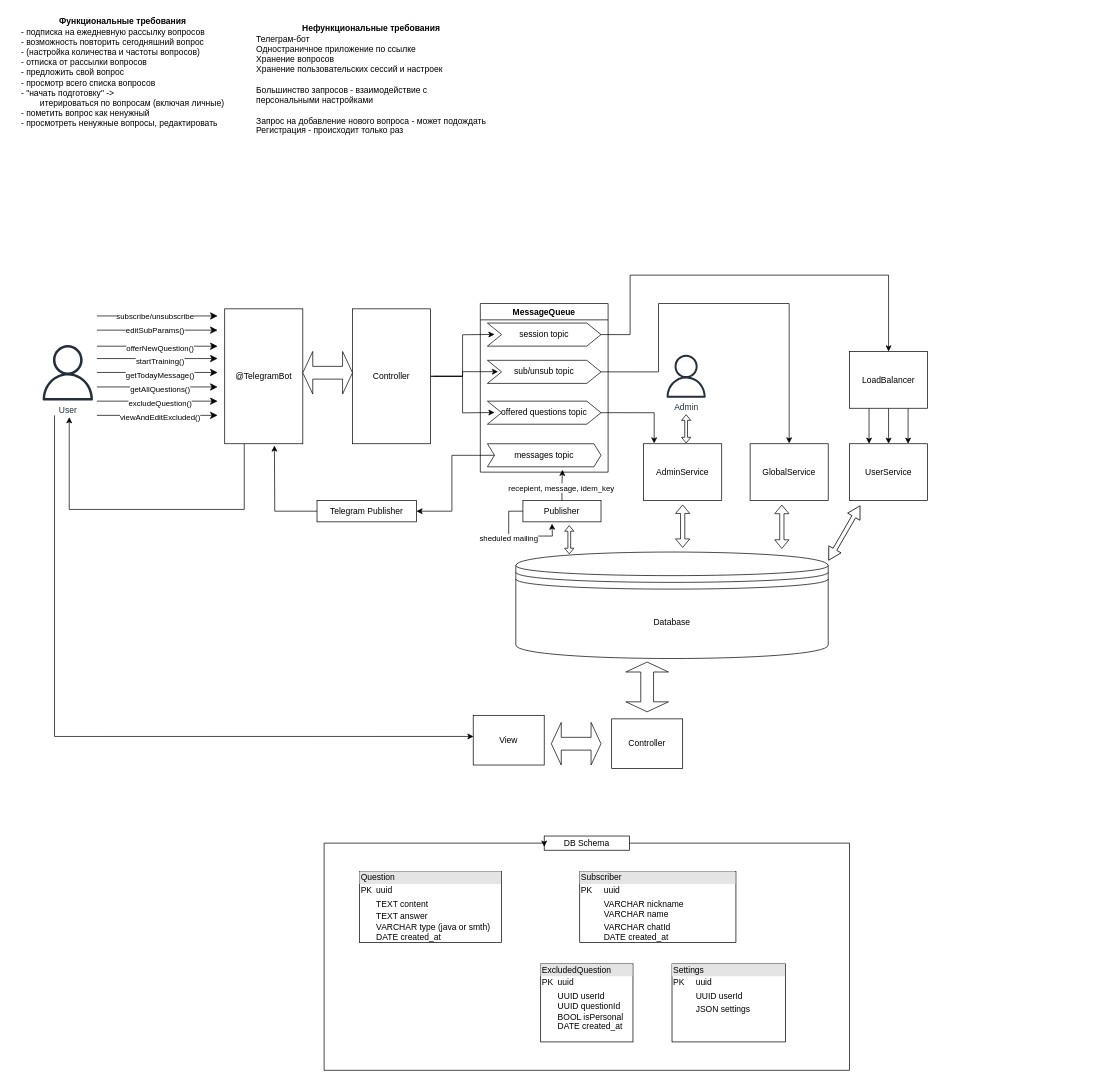
Earlier version of the draw.io diagram SobesCracker.drawio (maksarts/test-project-files). Source tidied: cells renumbered, new cells numbered last; positions are measured from the earlier drawing's top-left corner, leaving out a move shared by most shapes. Both pictures are drawn from the tidied source at 71%, with x=0, y=0 at pixel (12, 12).
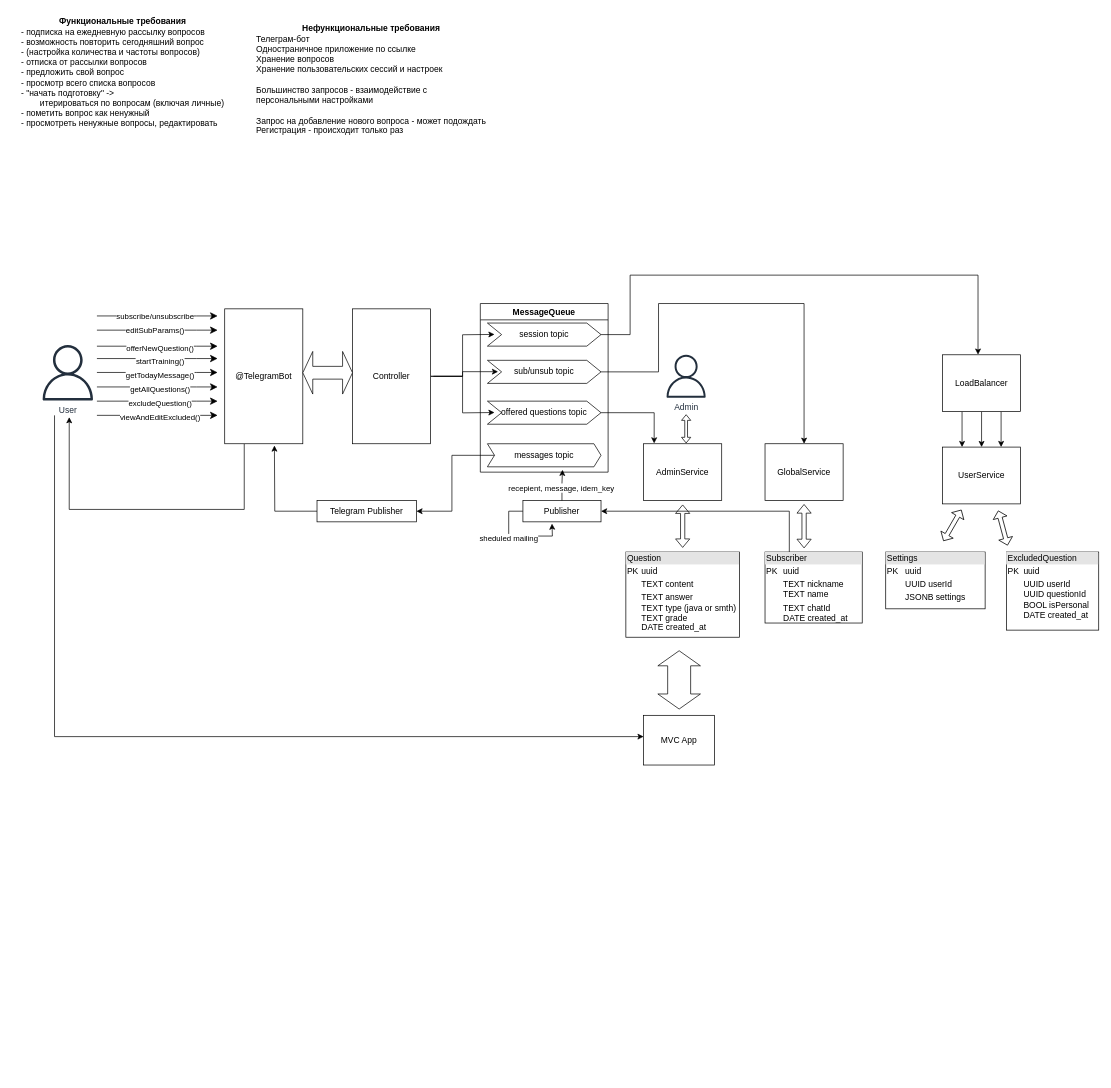
Above is the later version.

The change refers to these unchanged cells:
```xml
<mxCell id="26" value="session topic" style="shape=step;perimeter=stepPerimeter;whiteSpace=wrap;html=1;fixedSize=1;" parent="25" vertex="1">
  <mxGeometry x="10" y="27.5" width="160" height="32.5" as="geometry" />
</mxCell>
<mxCell id="27" value="sub/unsub topic" style="shape=step;perimeter=stepPerimeter;whiteSpace=wrap;html=1;fixedSize=1;" parent="25" vertex="1">
  <mxGeometry x="10" y="80" width="160" height="32.5" as="geometry" />
</mxCell>
<mxCell id="45" value="Publisher" style="html=1;whiteSpace=wrap;" parent="1" vertex="1">
  <mxGeometry x="719" y="687.5" width="110" height="30" as="geometry" />
</mxCell>
```

The edit, as a diff of the source:
```diff
@@
-    <mxCell id="2" value="Database" style="shape=datastore;whiteSpace=wrap;html=1;" parent="1" vertex="1">
-      <mxGeometry x="709" y="760" width="440" height="150" as="geometry" />
-    </mxCell>
@@
-    <mxCell id="5" style="edgeStyle=orthogonalEdgeStyle;rounded=0;jettySize=auto;html=1;entryX=0.004;entryY=0.425;entryDx=0;entryDy=0;entryPerimeter=0;" parent="1" edge="1" target="39">
+    <mxCell id="5" style="edgeStyle=orthogonalEdgeStyle;rounded=0;jettySize=auto;html=1;" parent="1" edge="1" target="39">
       <mxGeometry relative="1" as="geometry">
         <mxPoint x="59.3" y="567.5" as="sourcePoint" />
         <Array as="points">
           <mxPoint x="59" y="1020" />
         </Array>
       </mxGeometry>
     </mxCell>
@@
     <mxCell id="30" value="GlobalService" style="html=1;whiteSpace=wrap;" parent="1" vertex="1">
-      <mxGeometry x="1039" y="607.5" width="110" height="80" as="geometry" />
+      <mxGeometry x="1060" y="607.5" width="110" height="80" as="geometry" />
     </mxCell>
-    <mxCell id="31" style="edgeStyle=orthogonalEdgeStyle;rounded=0;jettySize=auto;html=1;exitX=1;exitY=0.5;exitDx=0;exitDy=0;" parent="1" edge="1" source="27">
+    <mxCell id="31" style="edgeStyle=orthogonalEdgeStyle;rounded=0;jettySize=auto;html=1;exitX=1;exitY=0.5;exitDx=0;exitDy=0;entryX=0.5;entryY=0;entryDx=0;entryDy=0;" parent="1" edge="1" source="27" target="30">
       <mxGeometry relative="1" as="geometry">
-        <mxPoint x="1094" y="607" as="targetPoint" />
         <Array as="points">
-          <mxPoint x="910" y="507" />
+          <mxPoint x="910" y="506" />
           <mxPoint x="910" y="410" />
-          <mxPoint x="1094" y="410" />
-          <mxPoint x="1094" y="607" />
+          <mxPoint x="1115" y="410" />
         </Array>
       </mxGeometry>
     </mxCell>
@@
     <mxCell id="36" value="LoadBalancer" style="html=1;whiteSpace=wrap;" parent="1" vertex="1">
-      <mxGeometry x="1179" y="477.5" width="110" height="80" as="geometry" />
+      <mxGeometry x="1310" y="482.2" width="110" height="80" as="geometry" />
     </mxCell>
-    <mxCell id="37" style="edgeStyle=orthogonalEdgeStyle;rounded=0;jettySize=auto;html=1;exitX=1;exitY=0.5;exitDx=0;exitDy=0;entryX=0.5;entryY=0;entryDx=0;entryDy=0;" parent="1" edge="1" source="26" target="36">
+    <mxCell id="37" style="edgeStyle=orthogonalEdgeStyle;rounded=0;jettySize=auto;html=1;exitX=1;exitY=0.5;exitDx=0;exitDy=0;" parent="1" edge="1" source="26">
       <mxGeometry relative="1" as="geometry">
+        <mxPoint x="1360" y="482" as="targetPoint" />
         <Array as="points">
           <mxPoint x="870" y="454" />
           <mxPoint x="870" y="370" />
-          <mxPoint x="1234" y="370" />
+          <mxPoint x="1360" y="370" />
+          <mxPoint x="1360" y="482" />
         </Array>
       </mxGeometry>
     </mxCell>
     <mxCell id="38" value="UserService" style="html=1;whiteSpace=wrap;" parent="1" vertex="1">
-      <mxGeometry x="1179" y="607.5" width="110" height="80" as="geometry" />
+      <mxGeometry x="1310" y="612.2" width="110" height="80" as="geometry" />
     </mxCell>
-    <mxCell id="39" value="View" style="html=1;whiteSpace=wrap;" parent="1" vertex="1">
-      <mxGeometry x="649" y="990" width="100" height="70" as="geometry" />
+    <mxCell id="39" value="MVC App" style="html=1;whiteSpace=wrap;" parent="1" vertex="1">
+      <mxGeometry x="889" y="990" width="100" height="70" as="geometry" />
     </mxCell>
-    <mxCell id="40" style="shape=doubleArrow;whiteSpace=wrap;html=1;rotation=90;" parent="1" vertex="1">
-      <mxGeometry x="859" y="920" width="70" height="60" as="geometry" />
+    <mxCell id="40" style="shape=doubleArrow;whiteSpace=wrap;html=1;rotation=90;arrowWidth=0.5391343826593205;arrowSize=0.2583317068478932;" parent="1" vertex="1">
+      <mxGeometry x="898" y="910.1" width="82.1" height="60" as="geometry" />
     </mxCell>
-    <mxCell id="41" value="Controller" style="html=1;whiteSpace=wrap;" parent="1" vertex="1">
-      <mxGeometry x="844" y="995" width="100" height="70" as="geometry" />
-    </mxCell>
-    <mxCell id="42" style="shape=doubleArrow;whiteSpace=wrap;html=1;" parent="1" vertex="1">
-      <mxGeometry x="759" y="1000" width="70" height="60" as="geometry" />
-    </mxCell>
@@
     <mxCell id="47" style="shape=doubleArrow;whiteSpace=wrap;html=1;rotation=90;" parent="1" vertex="1">
-      <mxGeometry x="1053.1" y="714.4" width="61.2" height="20" as="geometry" />
+      <mxGeometry x="1084.4" y="713.6" width="61.2" height="20" as="geometry" />
     </mxCell>
-    <mxCell id="48" value="&lt;div style=&quot;box-sizing:border-box;width:100%;background:#e4e4e4;padding:2px;&quot;&gt;Question&lt;/div&gt;&lt;table style=&quot;width:100%;font-size:1em;&quot; cellpadding=&quot;2&quot; cellspacing=&quot;0&quot;&gt;&lt;tbody&gt;&lt;tr&gt;&lt;td&gt;PK&lt;/td&gt;&lt;td&gt;uuid&lt;/td&gt;&lt;/tr&gt;&lt;tr&gt;&lt;td&gt;&lt;br&gt;&lt;/td&gt;&lt;td&gt;TEXT content&lt;/td&gt;&lt;/tr&gt;&lt;tr&gt;&lt;td&gt;&lt;/td&gt;&lt;td&gt;TEXT answer&lt;br&gt;VARCHAR type (java or smth)&lt;br&gt;DATE created_at&lt;br&gt;&lt;/td&gt;&lt;/tr&gt;&lt;/tbody&gt;&lt;/table&gt;" style="verticalAlign=top;align=left;overflow=fill;html=1;whiteSpace=wrap;" parent="1" vertex="1">
-      <mxGeometry x="489" y="1210" width="200" height="100" as="geometry" />
+    <mxCell id="48" value="&lt;div style=&quot;box-sizing:border-box;width:100%;background:#e4e4e4;padding:2px;&quot;&gt;Question&lt;/div&gt;&lt;table style=&quot;width:100%;font-size:1em;&quot; cellpadding=&quot;2&quot; cellspacing=&quot;0&quot;&gt;&lt;tbody&gt;&lt;tr&gt;&lt;td&gt;PK&lt;/td&gt;&lt;td&gt;uuid&lt;/td&gt;&lt;/tr&gt;&lt;tr&gt;&lt;td&gt;&lt;br&gt;&lt;/td&gt;&lt;td&gt;TEXT content&lt;/td&gt;&lt;/tr&gt;&lt;tr&gt;&lt;td&gt;&lt;/td&gt;&lt;td&gt;TEXT answer&lt;br&gt;TEXT&amp;nbsp;type (java or smth)&lt;br&gt;TEXT grade&lt;br&gt;DATE created_at&lt;br&gt;&lt;/td&gt;&lt;/tr&gt;&lt;/tbody&gt;&lt;/table&gt;" style="verticalAlign=top;align=left;overflow=fill;html=1;whiteSpace=wrap;" parent="1" vertex="1">
+      <mxGeometry x="864" y="760" width="160" height="120" as="geometry" />
     </mxCell>
+    <mxCell id="69" style="edgeStyle=orthogonalEdgeStyle;rounded=0;jettySize=auto;html=1;exitX=0.25;exitY=0;exitDx=0;exitDy=0;entryX=1;entryY=0.5;entryDx=0;entryDy=0;" parent="1" edge="1" source="49" target="45">
+      <mxGeometry relative="1" as="geometry" />
+    </mxCell>
-    <mxCell id="49" value="&lt;div style=&quot;box-sizing:border-box;width:100%;background:#e4e4e4;padding:2px;&quot;&gt;Subscriber&lt;/div&gt;&lt;table style=&quot;width:100%;font-size:1em;&quot; cellpadding=&quot;2&quot; cellspacing=&quot;0&quot;&gt;&lt;tbody&gt;&lt;tr&gt;&lt;td&gt;PK&lt;/td&gt;&lt;td&gt;uuid&lt;/td&gt;&lt;/tr&gt;&lt;tr&gt;&lt;td&gt;&lt;br&gt;&lt;/td&gt;&lt;td&gt;VARCHAR nickname&lt;br&gt;VARCHAR name&lt;/td&gt;&lt;/tr&gt;&lt;tr&gt;&lt;td&gt;&lt;/td&gt;&lt;td&gt;VARCHAR chatId&lt;br&gt;DATE created_at&lt;/td&gt;&lt;/tr&gt;&lt;/tbody&gt;&lt;/table&gt;" style="verticalAlign=top;align=left;overflow=fill;html=1;whiteSpace=wrap;" parent="1" vertex="1">
-      <mxGeometry x="799" y="1210" width="220" height="100" as="geometry" />
+    <mxCell id="49" value="&lt;div style=&quot;box-sizing:border-box;width:100%;background:#e4e4e4;padding:2px;&quot;&gt;Subscriber&lt;/div&gt;&lt;table style=&quot;width:100%;font-size:1em;&quot; cellpadding=&quot;2&quot; cellspacing=&quot;0&quot;&gt;&lt;tbody&gt;&lt;tr&gt;&lt;td&gt;PK&lt;/td&gt;&lt;td&gt;uuid&lt;/td&gt;&lt;/tr&gt;&lt;tr&gt;&lt;td&gt;&lt;br&gt;&lt;/td&gt;&lt;td&gt;TEXT&amp;nbsp;nickname&lt;br&gt;TEXT&amp;nbsp;name&lt;/td&gt;&lt;/tr&gt;&lt;tr&gt;&lt;td&gt;&lt;/td&gt;&lt;td&gt;TEXT&amp;nbsp;chatId&lt;br&gt;DATE created_at&lt;/td&gt;&lt;/tr&gt;&lt;/tbody&gt;&lt;/table&gt;" style="verticalAlign=top;align=left;overflow=fill;html=1;whiteSpace=wrap;" parent="1" vertex="1">
+      <mxGeometry x="1060" y="760" width="136.9" height="100" as="geometry" />
     </mxCell>
-    <mxCell id="50" value="&lt;div style=&quot;box-sizing:border-box;width:100%;background:#e4e4e4;padding:2px;&quot;&gt;Settings&lt;/div&gt;&lt;table style=&quot;width:100%;font-size:1em;&quot; cellpadding=&quot;2&quot; cellspacing=&quot;0&quot;&gt;&lt;tbody&gt;&lt;tr&gt;&lt;td&gt;PK&lt;/td&gt;&lt;td&gt;uuid&lt;/td&gt;&lt;/tr&gt;&lt;tr&gt;&lt;td&gt;&lt;br&gt;&lt;/td&gt;&lt;td&gt;UUID userId&lt;/td&gt;&lt;/tr&gt;&lt;tr&gt;&lt;td&gt;&lt;br&gt;&lt;/td&gt;&lt;td&gt;JSON settings&lt;/td&gt;&lt;/tr&gt;&lt;/tbody&gt;&lt;/table&gt;" style="verticalAlign=top;align=left;overflow=fill;html=1;whiteSpace=wrap;" parent="1" vertex="1">
-      <mxGeometry x="929" y="1340" width="160" height="110" as="geometry" />
+    <mxCell id="50" value="&lt;div style=&quot;box-sizing:border-box;width:100%;background:#e4e4e4;padding:2px;&quot;&gt;Settings&lt;/div&gt;&lt;table style=&quot;width:100%;font-size:1em;&quot; cellpadding=&quot;2&quot; cellspacing=&quot;0&quot;&gt;&lt;tbody&gt;&lt;tr&gt;&lt;td&gt;PK&lt;/td&gt;&lt;td&gt;uuid&lt;/td&gt;&lt;/tr&gt;&lt;tr&gt;&lt;td&gt;&lt;br&gt;&lt;/td&gt;&lt;td&gt;UUID userId&lt;/td&gt;&lt;/tr&gt;&lt;tr&gt;&lt;td&gt;&lt;br&gt;&lt;/td&gt;&lt;td&gt;JSONB settings&lt;/td&gt;&lt;/tr&gt;&lt;/tbody&gt;&lt;/table&gt;" style="verticalAlign=top;align=left;overflow=fill;html=1;whiteSpace=wrap;" parent="1" vertex="1">
+      <mxGeometry x="1230" y="760" width="140" height="80" as="geometry" />
     </mxCell>
     <mxCell id="51" value="&lt;div style=&quot;box-sizing:border-box;width:100%;background:#e4e4e4;padding:2px;&quot;&gt;ExcludedQuestion&lt;/div&gt;&lt;table style=&quot;width:100%;font-size:1em;&quot; cellpadding=&quot;2&quot; cellspacing=&quot;0&quot;&gt;&lt;tbody&gt;&lt;tr&gt;&lt;td&gt;PK&lt;/td&gt;&lt;td&gt;uuid&lt;/td&gt;&lt;/tr&gt;&lt;tr&gt;&lt;td&gt;&lt;br&gt;&lt;/td&gt;&lt;td&gt;UUID userId&lt;br&gt;UUID questionId&lt;br&gt;BOOL isPersonal&lt;br&gt;DATE created_at&lt;br&gt;&lt;/td&gt;&lt;/tr&gt;&lt;/tbody&gt;&lt;/table&gt;" style="verticalAlign=top;align=left;overflow=fill;html=1;whiteSpace=wrap;" parent="1" vertex="1">
-      <mxGeometry x="744" y="1340" width="130" height="110" as="geometry" />
+      <mxGeometry x="1400" y="760" width="130" height="110" as="geometry" />
     </mxCell>
-    <mxCell id="52" value="DB Schema" style="whiteSpace=wrap;html=1;" parent="1" vertex="1">
-      <mxGeometry x="749" y="1160" width="120" height="20" as="geometry" />
-    </mxCell>
-    <mxCell id="53" style="edgeStyle=orthogonalEdgeStyle;rounded=0;orthogonalLoop=1;jettySize=auto;html=1;entryX=0;entryY=0.75;entryDx=0;entryDy=0;" parent="1" edge="1" source="52" target="52">
-      <mxGeometry relative="1" as="geometry">
-        <Array as="points">
-          <mxPoint x="1179" y="1170" />
-          <mxPoint x="1179" y="1490" />
-          <mxPoint x="439" y="1490" />
-          <mxPoint x="439" y="1170" />
-          <mxPoint x="749" y="1170" />
-        </Array>
-      </mxGeometry>
-    </mxCell>
@@
-    <mxCell id="64" style="shape=doubleArrow;whiteSpace=wrap;html=1;rotation=90;" parent="1" vertex="1">
-      <mxGeometry x="764.4" y="736.2" width="39.8" height="13" as="geometry" />
-    </mxCell>
@@
     <mxCell id="66" style="shape=doubleArrow;whiteSpace=wrap;html=1;rotation=120;" parent="1" vertex="1">
-      <mxGeometry x="1127.5" y="723.2" width="88.5" height="20" as="geometry" />
+      <mxGeometry x="1298.9" y="712.5" width="50" height="20" as="geometry" />
     </mxCell>
@@
+    <mxCell id="70" style="shape=doubleArrow;whiteSpace=wrap;html=1;rotation=75;" parent="1" vertex="1">
+      <mxGeometry x="1370" y="716.2" width="50" height="20" as="geometry" />
+    </mxCell>
```
